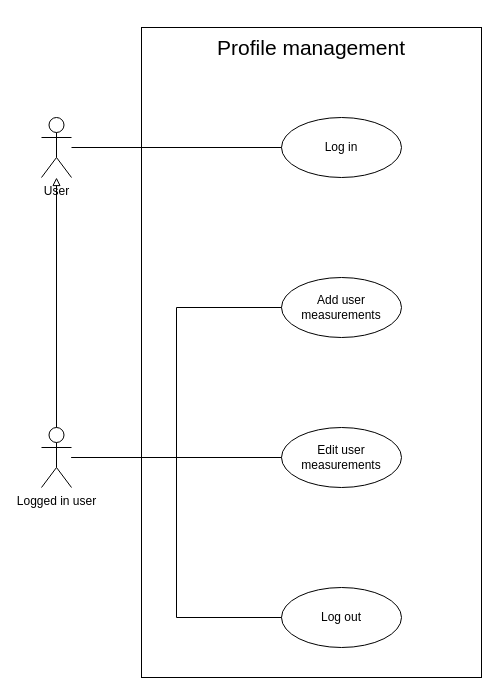
Before: docs/diagrams/UCD-profile-management.drawio in gienon-fer/SeekFit, a draw.io diagram. Source tidied: cells renumbered, new cells numbered last; positions are measured from the earlier drawing's top-left corner, leaving out a move shared by most shapes. Both pictures are drawn from the tidied source at 100%, with x=0, y=0 at pixel (41, 17).
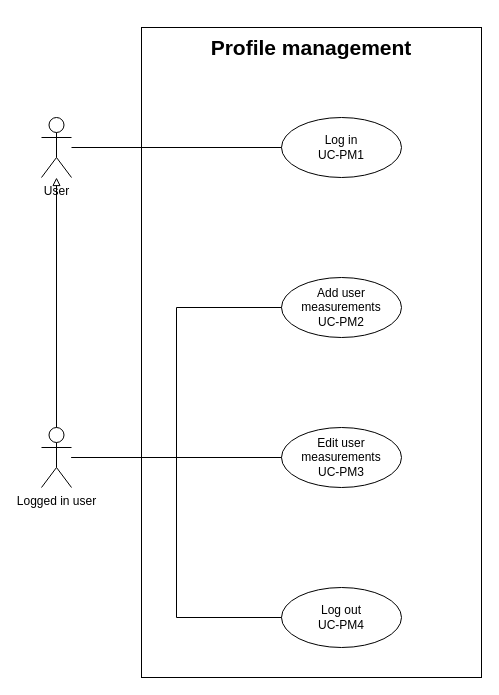
The same diagram, later.

Change to the diagram source:
```diff
@@
 <mxGraphModel>
   <root>
     <mxCell id="0" />
     <mxCell id="1" parent="0" />
     <mxCell id="2" style="rounded=0;whiteSpace=wrap;html=1;fillColor=none;" parent="1" vertex="1">
       <mxGeometry x="100" y="10" width="340" height="650" as="geometry" />
     </mxCell>
     <mxCell id="3" style="edgeStyle=orthogonalEdgeStyle;rounded=0;jettySize=auto;html=1;endArrow=none;endFill=0;" parent="1" edge="1" source="4" target="9">
       <mxGeometry relative="1" as="geometry" />
     </mxCell>
     <mxCell id="4" value="User" style="shape=umlActor;verticalLabelPosition=bottom;verticalAlign=top;html=1;outlineConnect=0;fillColor=none;" parent="1" vertex="1">
       <mxGeometry y="100" width="30" height="60" as="geometry" />
     </mxCell>
     <mxCell id="5" style="edgeStyle=orthogonalEdgeStyle;rounded=0;jettySize=auto;html=1;entryX=0;entryY=0.5;entryDx=0;entryDy=0;endArrow=none;endFill=0;" parent="1" edge="1" source="8" target="10">
       <mxGeometry relative="1" as="geometry" />
     </mxCell>
     <mxCell id="6" style="edgeStyle=orthogonalEdgeStyle;rounded=0;jettySize=auto;html=1;entryX=0;entryY=0.5;entryDx=0;entryDy=0;endArrow=none;endFill=0;" parent="1" edge="1" source="8" target="12">
       <mxGeometry relative="1" as="geometry" />
     </mxCell>
     <mxCell id="7" style="edgeStyle=orthogonalEdgeStyle;rounded=0;jettySize=auto;html=1;entryX=0;entryY=0.5;entryDx=0;entryDy=0;endArrow=none;endFill=0;" parent="1" edge="1" source="8" target="11">
       <mxGeometry relative="1" as="geometry" />
     </mxCell>
     <mxCell id="8" value="Logged in user" style="shape=umlActor;verticalLabelPosition=bottom;verticalAlign=top;html=1;outlineConnect=0;fillColor=none;" parent="1" vertex="1">
       <mxGeometry y="410" width="30" height="60" as="geometry" />
     </mxCell>
-    <mxCell id="9" value="Log in" style="ellipse;whiteSpace=wrap;html=1;fillColor=none;" parent="1" vertex="1">
+    <mxCell id="9" value="Log in&lt;br&gt;UC-PM1" style="ellipse;whiteSpace=wrap;html=1;fillColor=none;" parent="1" vertex="1">
       <mxGeometry x="240" y="100" width="120" height="60" as="geometry" />
     </mxCell>
-    <mxCell id="10" value="Log out" style="ellipse;whiteSpace=wrap;html=1;fillColor=none;" parent="1" vertex="1">
+    <mxCell id="10" value="Log out&lt;br&gt;UC-PM4" style="ellipse;whiteSpace=wrap;html=1;fillColor=none;" parent="1" vertex="1">
       <mxGeometry x="240" y="570" width="120" height="60" as="geometry" />
     </mxCell>
-    <mxCell id="11" value="Add user measurements" style="ellipse;whiteSpace=wrap;html=1;fillColor=none;" parent="1" vertex="1">
+    <mxCell id="11" value="Add user measurements&lt;br&gt;UC-PM2" style="ellipse;whiteSpace=wrap;html=1;fillColor=none;" parent="1" vertex="1">
       <mxGeometry x="240" y="260" width="120" height="60" as="geometry" />
     </mxCell>
-    <mxCell id="12" value="Edit user measurements" style="ellipse;whiteSpace=wrap;html=1;fillColor=none;" parent="1" vertex="1">
+    <mxCell id="12" value="Edit user measurements&lt;br&gt;UC-PM3" style="ellipse;whiteSpace=wrap;html=1;fillColor=none;" parent="1" vertex="1">
       <mxGeometry x="240" y="410" width="120" height="60" as="geometry" />
     </mxCell>
-    <mxCell id="13" value="&lt;font style=&quot;font-size: 21px;&quot;&gt;Profile management&lt;/font&gt;" style="text;html=1;align=center;verticalAlign=middle;whiteSpace=wrap;rounded=0;" parent="1" vertex="1">
+    <mxCell id="13" value="&lt;font style=&quot;font-size: 21px;&quot;&gt;&lt;b&gt;Profile management&lt;/b&gt;&lt;/font&gt;" style="text;html=1;align=center;verticalAlign=middle;whiteSpace=wrap;rounded=0;" parent="1" vertex="1">
       <mxGeometry x="135" width="270" height="60" as="geometry" />
     </mxCell>
     <mxCell id="14" style="endArrow=block;html=1;exitX=0.5;exitY=0;exitDx=0;exitDy=0;exitPerimeter=0;endFill=0;" parent="1" edge="1" source="8" target="4">
       <mxGeometry relative="1" as="geometry" />
     </mxCell>
   </root>
 </mxGraphModel>
```
